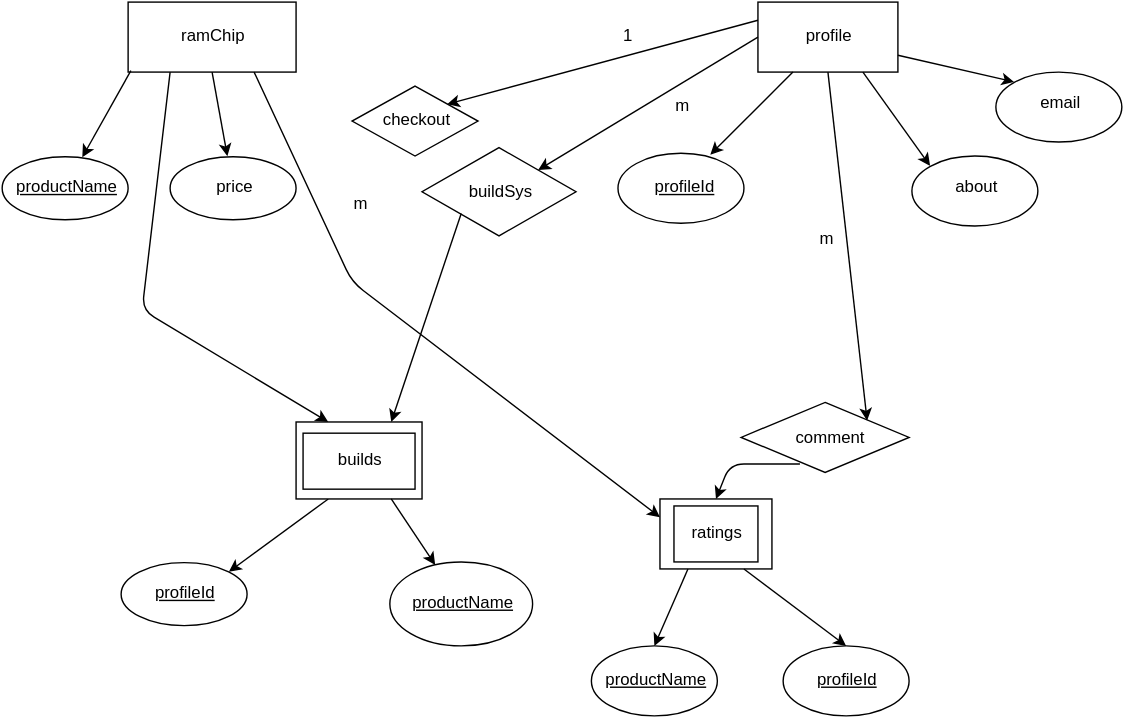
elainethomas/pcpartpickerdotcom keeps this draw.io diagram as pcpartpickerdotcom.svg. Above is the earlier version. Source tidied: cells renumbered, new cells last; positions are measured from the earlier drawing's top-left corner, leaving out a move shared by most shapes.
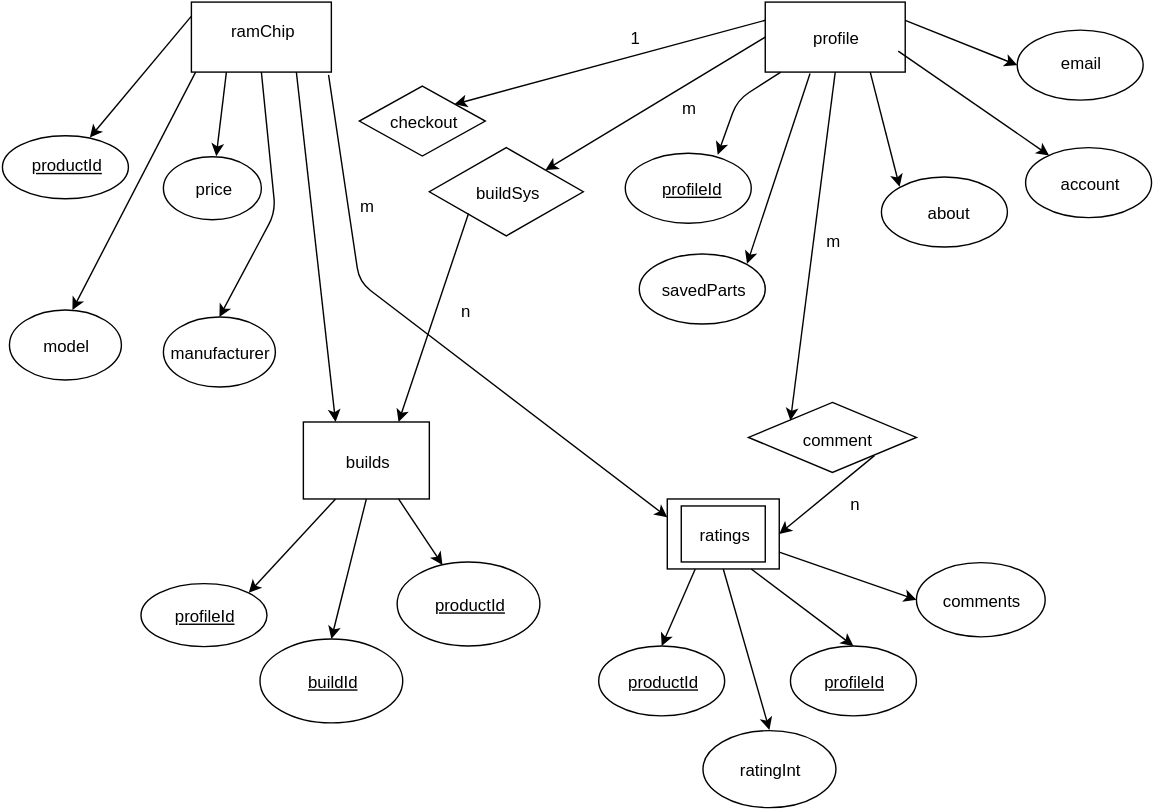
The same file after the commit.

Diff of the diagram source:
```diff
@@ -3,69 +3,70 @@
     <mxCell id="0" />
     <mxCell id="1" parent="0" />
     <mxCell id="2" style="whiteSpace=wrap;html=1;" parent="1" vertex="1">
-      <mxGeometry x="90" width="120" height="50" as="geometry" />
+      <mxGeometry x="130" width="100" height="50" as="geometry" />
     </mxCell>
     <mxCell id="3" style="whiteSpace=wrap;html=1;" parent="1" vertex="1">
       <mxGeometry x="540" width="100" height="50" as="geometry" />
     </mxCell>
     <mxCell id="4" style="ellipse;whiteSpace=wrap;html=1;" parent="1" vertex="1">
-      <mxGeometry y="110" width="90" height="45" as="geometry" />
+      <mxGeometry x="-5" y="95" width="90" height="45" as="geometry" />
     </mxCell>
-    <mxCell id="5" style="ellipse;whiteSpace=wrap;html=1;" parent="1" vertex="1">
-      <mxGeometry x="120" y="110" width="90" height="45" as="geometry" />
+    <mxCell id="5" value="price" style="ellipse;whiteSpace=wrap;html=1;" parent="1" vertex="1">
+      <mxGeometry x="110" y="110" width="70" height="45" as="geometry" />
     </mxCell>
     <mxCell id="6" value="&lt;u&gt;profileId&lt;/u&gt;" style="ellipse;whiteSpace=wrap;html=1;" parent="1" vertex="1">
-      <mxGeometry x="85" y="400" width="90" height="45" as="geometry" />
+      <mxGeometry x="94" y="415" width="90" height="45" as="geometry" />
     </mxCell>
     <mxCell id="7" style="ellipse;whiteSpace=wrap;html=1;" parent="1" vertex="1">
       <mxGeometry x="440" y="108" width="90" height="50" as="geometry" />
     </mxCell>
     <mxCell id="8" style="ellipse;whiteSpace=wrap;html=1;" parent="1" vertex="1">
-      <mxGeometry x="650" y="110" width="90" height="50" as="geometry" />
+      <mxGeometry x="623" y="125" width="90" height="50" as="geometry" />
     </mxCell>
     <mxCell id="9" style="ellipse;whiteSpace=wrap;html=1;" parent="1" vertex="1">
-      <mxGeometry x="710" y="50" width="90" height="50" as="geometry" />
+      <mxGeometry x="720" y="20" width="90" height="50" as="geometry" />
     </mxCell>
-    <mxCell id="10" value="&lt;u&gt;productName&lt;/u&gt;" style="ellipse;whiteSpace=wrap;html=1;" parent="1" vertex="1">
+    <mxCell id="10" value="&lt;u&gt;productId&lt;/u&gt;" style="ellipse;whiteSpace=wrap;html=1;" parent="1" vertex="1">
       <mxGeometry x="421" y="460" width="90" height="50" as="geometry" />
     </mxCell>
     <mxCell id="11" style="rhombus;whiteSpace=wrap;html=1;" parent="1" vertex="1">
       <mxGeometry x="528" y="286" width="120" height="50" as="geometry" />
     </mxCell>
-    <mxCell id="12" style="endArrow=classic;html=1;exitX=0.017;exitY=0.983;exitPerimeter=0;" parent="1" edge="1" source="2" target="4">
+    <mxCell id="12" style="endArrow=classic;html=1;exitX=0;exitY=0.25;" parent="1" edge="1" source="18" target="4">
       <mxGeometry relative="1" as="geometry" />
     </mxCell>
-    <mxCell id="13" style="endArrow=classic;html=1;exitX=0.5;exitY=1;" parent="1" edge="1" source="2" target="5">
+    <mxCell id="13" style="endArrow=classic;html=1;exitX=0.25;exitY=1;" parent="1" edge="1" source="2" target="5">
       <mxGeometry relative="1" as="geometry" />
     </mxCell>
     <mxCell id="14" style="endArrow=classic;html=1;exitX=0.25;exitY=1;entryX=1;entryY=0;" parent="1" edge="1" source="30" target="6">
       <mxGeometry relative="1" as="geometry" />
     </mxCell>
     <mxCell id="15" style="endArrow=classic;html=1;entryX=0.733;entryY=0.02;entryPerimeter=0;" parent="1" edge="1" source="3" target="7">
-      <mxGeometry relative="1" as="geometry" />
+      <mxGeometry relative="1" as="geometry">
+        <Array as="points">
+          <mxPoint x="520" y="70" />
+        </Array>
+      </mxGeometry>
     </mxCell>
     <mxCell id="16" style="endArrow=classic;html=1;exitX=0.75;exitY=1;entryX=0;entryY=0;" parent="1" edge="1" source="3" target="8">
       <mxGeometry relative="1" as="geometry" />
     </mxCell>
-    <mxCell id="17" style="endArrow=classic;html=1;exitX=1;exitY=0.75;entryX=0;entryY=0;" parent="1" edge="1" source="3" target="9">
+    <mxCell id="17" style="endArrow=classic;html=1;exitX=1;exitY=0.25;entryX=0;entryY=0.5;" parent="1" edge="1" source="3" target="9">
       <mxGeometry relative="1" as="geometry" />
     </mxCell>
     <mxCell id="18" value="ramChip" style="text;html=1;strokeColor=none;fillColor=none;align=center;verticalAlign=middle;whiteSpace=wrap;overflow=hidden;" parent="1" vertex="1">
-      <mxGeometry x="100" y="5" width="100" height="40" as="geometry" />
+      <mxGeometry x="130" width="100" height="40" as="geometry" />
     </mxCell>
     <mxCell id="19" value="profile&lt;br&gt;" style="text;html=1;strokeColor=none;fillColor=none;align=center;verticalAlign=middle;whiteSpace=wrap;overflow=hidden;" parent="1" vertex="1">
       <mxGeometry x="545" y="5" width="90" height="40" as="geometry" />
     </mxCell>
-    <mxCell id="20" value="&lt;u&gt;productName&lt;/u&gt;" style="text;html=1;strokeColor=none;fillColor=none;align=center;verticalAlign=middle;whiteSpace=wrap;overflow=hidden;" parent="1" vertex="1">
-      <mxGeometry y="115" width="90" height="35" as="geometry" />
+    <mxCell id="20" value="&lt;u&gt;productId&lt;/u&gt;" style="text;html=1;strokeColor=none;fillColor=none;align=center;verticalAlign=middle;whiteSpace=wrap;overflow=hidden;" parent="1" vertex="1">
+      <mxGeometry x="-5" y="98" width="90" height="35" as="geometry" />
     </mxCell>
-    <mxCell id="21" value="price" style="text;html=1;strokeColor=none;fillColor=none;align=center;verticalAlign=middle;whiteSpace=wrap;overflow=hidden;" parent="1" vertex="1">
-      <mxGeometry x="130" y="115" width="70" height="35" as="geometry" />
-    </mxCell>
     <mxCell id="22" value="ratings" style="whiteSpace=wrap;html=1;" parent="1" vertex="1">
       <mxGeometry x="470" y="355" width="80" height="50" as="geometry" />
     </mxCell>
-    <mxCell id="23" style="endArrow=classic;html=1;entryX=0;entryY=0.25;exitX=0.75;exitY=1;" parent="1" edge="1" source="2" target="22">
+    <mxCell id="23" style="endArrow=classic;html=1;entryX=0;entryY=0.25;exitX=0.98;exitY=1.04;exitPerimeter=0;" parent="1" edge="1" source="2" target="22">
       <mxGeometry relative="1" as="geometry">
         <Array as="points">
           <mxPoint x="250" y="200" />
@@ -82,10 +83,10 @@
       <mxGeometry x="465" y="65" width="40" height="20" as="geometry" />
     </mxCell>
     <mxCell id="27" value="about" style="text;html=1;strokeColor=none;fillColor=none;align=center;verticalAlign=middle;whiteSpace=wrap;overflow=hidden;" parent="1" vertex="1">
-      <mxGeometry x="660" y="123" width="70" height="20" as="geometry" />
+      <mxGeometry x="635" y="140" width="70" height="20" as="geometry" />
     </mxCell>
     <mxCell id="28" value="email" style="text;html=1;strokeColor=none;fillColor=none;align=center;verticalAlign=middle;whiteSpace=wrap;overflow=hidden;" parent="1" vertex="1">
-      <mxGeometry x="730" y="55" width="50" height="35" as="geometry" />
+      <mxGeometry x="740" y="25" width="50" height="35" as="geometry" />
     </mxCell>
     <mxCell id="29" value="m" style="text;html=1;strokeColor=none;fillColor=none;align=center;verticalAlign=middle;whiteSpace=wrap;overflow=hidden;" parent="1" vertex="1">
       <mxGeometry x="568" y="160" width="40" height="20" as="geometry" />
@@ -93,30 +94,15 @@
     <mxCell id="30" value="builds" style="whiteSpace=wrap;html=1;gradientColor=#ffffff;" parent="1" vertex="1">
       <mxGeometry x="210" y="300" width="90" height="55" as="geometry" />
     </mxCell>
-    <mxCell id="31" style="endArrow=classic;html=1;exitX=0.25;exitY=1;entryX=0.25;entryY=0;" parent="1" edge="1" source="2" target="30">
-      <mxGeometry relative="1" as="geometry">
-        <Array as="points">
-          <mxPoint x="100" y="220" />
-        </Array>
-      </mxGeometry>
-    </mxCell>
     <mxCell id="32" style="endArrow=classic;html=1;exitX=0.75;exitY=1;" parent="1" edge="1" source="30" target="33">
       <mxGeometry relative="1" as="geometry" />
     </mxCell>
-    <mxCell id="33" value="&lt;u&gt;productName&lt;/u&gt;" style="ellipse;whiteSpace=wrap;html=1;" parent="1" vertex="1">
+    <mxCell id="33" value="&lt;u&gt;productId&lt;/u&gt;" style="ellipse;whiteSpace=wrap;html=1;" parent="1" vertex="1">
       <mxGeometry x="277" y="400" width="102" height="60" as="geometry" />
     </mxCell>
-    <mxCell id="34" style="endArrow=classic;html=1;exitX=0.5;exitY=1;entryX=1;entryY=0;" parent="1" edge="1" source="3" target="11">
+    <mxCell id="34" style="endArrow=classic;html=1;exitX=0.5;exitY=1;entryX=0;entryY=0;" parent="1" edge="1" source="3" target="11">
       <mxGeometry relative="1" as="geometry" />
     </mxCell>
-    <mxCell id="35" style="endArrow=classic;html=1;entryX=0.5;entryY=0;" parent="1" edge="1" target="22">
-      <mxGeometry relative="1" as="geometry">
-        <mxPoint x="570" y="330" as="sourcePoint" />
-        <Array as="points">
-          <mxPoint x="520" y="330" />
-        </Array>
-      </mxGeometry>
-    </mxCell>
     <mxCell id="36" value="buildSys" style="rhombus;whiteSpace=wrap;html=1;" parent="1" vertex="1">
       <mxGeometry x="300" y="104" width="110" height="63" as="geometry" />
     </mxCell>
@@ -126,9 +112,6 @@
     <mxCell id="38" style="endArrow=classic;html=1;exitX=0;exitY=1;entryX=0.75;entryY=0;" parent="1" edge="1" source="36" target="30">
       <mxGeometry relative="1" as="geometry" />
     </mxCell>
-    <mxCell id="39" value="builds" style="whiteSpace=wrap;html=1;strokeColor=#000000;gradientColor=#ffffff;" parent="1" vertex="1">
-      <mxGeometry x="215" y="308" width="80" height="40" as="geometry" />
-    </mxCell>
     <mxCell id="40" value="ratings" style="whiteSpace=wrap;html=1;strokeColor=#000000;gradientColor=#ffffff;" parent="1" vertex="1">
       <mxGeometry x="480" y="360" width="60" height="40" as="geometry" />
     </mxCell>
@@ -153,5 +136,69 @@
     <mxCell id="47" value="1" style="text;html=1;strokeColor=none;fillColor=none;align=center;verticalAlign=middle;whiteSpace=wrap;overflow=hidden;" parent="1" vertex="1">
       <mxGeometry x="426" y="15" width="40" height="20" as="geometry" />
     </mxCell>
+    <mxCell id="48" style="edgeStyle=orthogonalEdgeStyle;rounded=0;html=1;exitX=0.25;exitY=1;entryX=0.25;entryY=1;jettySize=auto;orthogonalLoop=1;" parent="1" edge="1" source="2" target="2">
+      <mxGeometry relative="1" as="geometry" />
+    </mxCell>
+    <mxCell id="49" style="endArrow=classic;html=1;entryX=0.5;entryY=0;" parent="1" edge="1">
+      <mxGeometry relative="1" as="geometry">
+        <mxPoint x="133" y="50" as="sourcePoint" />
+        <mxPoint x="45" y="220" as="targetPoint" />
+      </mxGeometry>
+    </mxCell>
+    <mxCell id="50" value="account" style="ellipse;whiteSpace=wrap;html=1;" parent="1" vertex="1">
+      <mxGeometry x="726" y="104" width="90" height="50" as="geometry" />
+    </mxCell>
+    <mxCell id="51" value="savedParts" style="ellipse;whiteSpace=wrap;html=1;" parent="1" vertex="1">
+      <mxGeometry x="450" y="180" width="90" height="50" as="geometry" />
+    </mxCell>
+    <mxCell id="52" style="endArrow=classic;html=1;exitX=1;exitY=0.75;" parent="1" edge="1" source="19" target="50">
+      <mxGeometry relative="1" as="geometry" />
+    </mxCell>
+    <mxCell id="53" style="endArrow=classic;html=1;exitX=0.32;exitY=1.02;exitPerimeter=0;entryX=1;entryY=0;" parent="1" edge="1" source="3" target="51">
+      <mxGeometry relative="1" as="geometry" />
+    </mxCell>
+    <mxCell id="54" value="n" style="text;html=1;strokeColor=none;fillColor=none;align=center;verticalAlign=middle;whiteSpace=wrap;overflow=hidden;" parent="1" vertex="1">
+      <mxGeometry x="588" y="348" width="30" height="20" as="geometry" />
+    </mxCell>
+    <mxCell id="55" style="endArrow=classic;html=1;exitX=1;exitY=1;entryX=1;entryY=0.5;" parent="1" edge="1" source="11" target="22">
+      <mxGeometry relative="1" as="geometry" />
+    </mxCell>
+    <mxCell id="56" value="n" style="text;html=1;strokeColor=none;fillColor=none;align=center;verticalAlign=middle;whiteSpace=wrap;overflow=hidden;" parent="1" vertex="1">
+      <mxGeometry x="310" y="210" width="30" height="20" as="geometry" />
+    </mxCell>
+    <mxCell id="57" value="&lt;u&gt;buildId&lt;/u&gt;" style="ellipse;whiteSpace=wrap;html=1;" parent="1" vertex="1">
+      <mxGeometry x="179" y="455" width="102" height="60" as="geometry" />
+    </mxCell>
+    <mxCell id="58" style="endArrow=classic;html=1;entryX=0.5;entryY=0;exitX=0.5;exitY=1;" parent="1" edge="1" source="30" target="57">
+      <mxGeometry relative="1" as="geometry" />
+    </mxCell>
+    <mxCell id="59" style="endArrow=classic;html=1;exitX=0.5;exitY=1;entryX=0.5;entryY=0;" parent="1" edge="1" source="22" target="60">
+      <mxGeometry relative="1" as="geometry" />
+    </mxCell>
+    <mxCell id="60" value="ratingInt" style="ellipse;whiteSpace=wrap;html=1;" parent="1" vertex="1">
+      <mxGeometry x="495" y="520" width="95" height="55" as="geometry" />
+    </mxCell>
+    <mxCell id="61" value="comments" style="ellipse;whiteSpace=wrap;html=1;" parent="1" vertex="1">
+      <mxGeometry x="648" y="400" width="92" height="53" as="geometry" />
+    </mxCell>
+    <mxCell id="62" style="endArrow=classic;html=1;exitX=1;exitY=0.75;entryX=0;entryY=0.5;" parent="1" edge="1" source="22" target="61">
+      <mxGeometry relative="1" as="geometry" />
+    </mxCell>
+    <mxCell id="63" value="manufacturer" style="ellipse;whiteSpace=wrap;html=1;" parent="1" vertex="1">
+      <mxGeometry x="110" y="225" width="80" height="50" as="geometry" />
+    </mxCell>
+    <mxCell id="64" value="model" style="ellipse;whiteSpace=wrap;html=1;" parent="1" vertex="1">
+      <mxGeometry y="220" width="80" height="50" as="geometry" />
+    </mxCell>
+    <mxCell id="65" style="endArrow=classic;html=1;exitX=0.5;exitY=1;entryX=0.5;entryY=0;" parent="1" edge="1" source="2" target="63">
+      <mxGeometry relative="1" as="geometry">
+        <Array as="points">
+          <mxPoint x="190" y="150" />
+        </Array>
+      </mxGeometry>
+    </mxCell>
+    <mxCell id="31" style="endArrow=classic;html=1;exitX=0.75;exitY=1;entryX=0.25;entryY=0;" parent="1" edge="1" source="2" target="30">
+      <mxGeometry relative="1" as="geometry" />
+    </mxCell>
   </root>
 </mxGraphModel>
```
